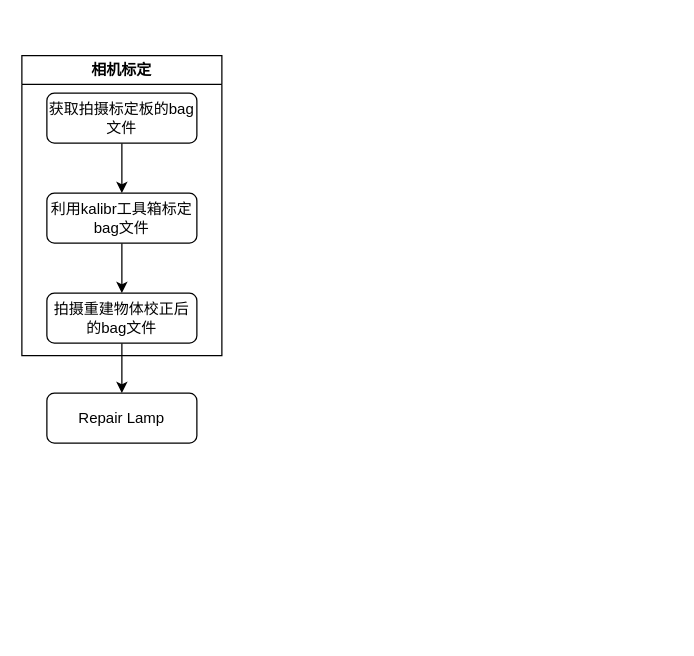
Above: orb3dgaussian.drawio in 731875679/figures (draw.io), before the change. Source tidied: cells renumbered, new cells numbered last; positions are measured from the earlier drawing's top-left corner, leaving out a move shared by most shapes. Both pictures are drawn from the tidied source at 125%, with x=0, y=0 at pixel (21, 55).
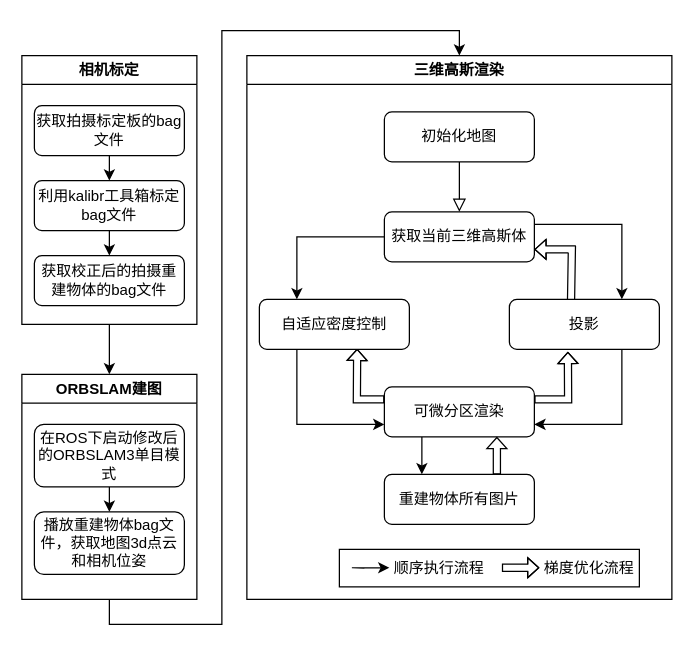
The same page after the edit.

What changed in the source:
```diff
@@
+    <mxCell id="10" style="edgeStyle=orthogonalEdgeStyle;rounded=0;jettySize=auto;html=1;exitX=0.5;exitY=1;exitDx=0;exitDy=0;entryX=0.5;entryY=0;entryDx=0;entryDy=0;" parent="1" edge="1" source="9" target="12">
+      <mxGeometry relative="1" as="geometry" />
+    </mxCell>
+    <mxCell id="9" value="相机标定" style="swimlane;whiteSpace=wrap;html=1;" parent="1" vertex="1">
+      <mxGeometry width="140" height="215" as="geometry" />
+    </mxCell>
+    <mxCell id="8" value="获取校正后的拍摄重建物体的bag文件" style="rounded=1;whiteSpace=wrap;html=1;fontSize=12;glass=0;strokeWidth=1;shadow=0;" parent="9" vertex="1">
+      <mxGeometry x="10" y="160" width="120" height="40" as="geometry" />
+    </mxCell>
+    <mxCell id="5" value="利用kalibr工具箱标定bag文件" style="rounded=1;whiteSpace=wrap;html=1;fontSize=12;glass=0;strokeWidth=1;shadow=0;" parent="9" vertex="1">
+      <mxGeometry x="10" y="100" width="120" height="40" as="geometry" />
+    </mxCell>
+    <mxCell id="4" style="edgeStyle=orthogonalEdgeStyle;rounded=0;jettySize=auto;html=1;exitX=0.5;exitY=1;exitDx=0;exitDy=0;entryX=0.5;entryY=0;entryDx=0;entryDy=0;" parent="9" edge="1" source="5" target="8">
+      <mxGeometry relative="1" as="geometry" />
+    </mxCell>
+    <mxCell id="3" value="获取拍摄标定板的bag文件" style="rounded=1;whiteSpace=wrap;html=1;fontSize=12;glass=0;strokeWidth=1;shadow=0;" parent="9" vertex="1">
+      <mxGeometry x="10" y="40" width="120" height="40" as="geometry" />
+    </mxCell>
-    <mxCell id="2" style="edgeStyle=orthogonalEdgeStyle;rounded=0;jettySize=auto;html=1;exitX=0.5;exitY=1;exitDx=0;exitDy=0;entryX=0.5;entryY=0;entryDx=0;entryDy=0;" parent="1" edge="1" source="3" target="5">
+    <mxCell id="2" style="edgeStyle=orthogonalEdgeStyle;rounded=0;jettySize=auto;html=1;exitX=0.5;exitY=1;exitDx=0;exitDy=0;entryX=0.5;entryY=0;entryDx=0;entryDy=0;" parent="9" edge="1" source="3" target="5">
       <mxGeometry relative="1" as="geometry" />
     </mxCell>
-    <mxCell id="3" value="获取拍摄标定板的bag文件" style="rounded=1;whiteSpace=wrap;html=1;fontSize=12;glass=0;strokeWidth=1;shadow=0;" parent="1" vertex="1">
-      <mxGeometry x="20" y="30" width="120" height="40" as="geometry" />
-    </mxCell>
-    <mxCell id="4" style="edgeStyle=orthogonalEdgeStyle;rounded=0;jettySize=auto;html=1;exitX=0.5;exitY=1;exitDx=0;exitDy=0;entryX=0.5;entryY=0;entryDx=0;entryDy=0;" parent="1" edge="1" source="5" target="8">
-      <mxGeometry relative="1" as="geometry" />
-    </mxCell>
-    <mxCell id="5" value="利用kalibr工具箱标定bag文件" style="rounded=1;whiteSpace=wrap;html=1;fontSize=12;glass=0;strokeWidth=1;shadow=0;" parent="1" vertex="1">
-      <mxGeometry x="20" y="110" width="120" height="40" as="geometry" />
-    </mxCell>
+    <mxCell id="11" style="edgeStyle=orthogonalEdgeStyle;rounded=0;jettySize=auto;html=1;exitX=0.5;exitY=1;exitDx=0;exitDy=0;entryX=0.5;entryY=0;entryDx=0;entryDy=0;" parent="1" edge="1" source="12" target="30">
+      <mxGeometry relative="1" as="geometry" />
+    </mxCell>
+    <mxCell id="12" value="ORBSLAM建图" style="swimlane;whiteSpace=wrap;html=1;" parent="1" vertex="1">
+      <mxGeometry y="255" width="140" height="180" as="geometry" />
+    </mxCell>
+    <mxCell id="13" style="edgeStyle=orthogonalEdgeStyle;rounded=0;jettySize=auto;html=1;exitX=0.5;exitY=1;exitDx=0;exitDy=0;entryX=0.5;entryY=0;entryDx=0;entryDy=0;" parent="12" edge="1" source="6" target="14">
+      <mxGeometry relative="1" as="geometry" />
+    </mxCell>
-    <mxCell id="6" value="Repair Lamp" style="rounded=1;whiteSpace=wrap;html=1;fontSize=12;glass=0;strokeWidth=1;shadow=0;" parent="1" vertex="1">
-      <mxGeometry x="20" y="270" width="120" height="40" as="geometry" />
+    <mxCell id="6" value="在ROS下启动修改后的ORBSLAM3单目模式" style="rounded=1;whiteSpace=wrap;html=1;fontSize=12;glass=0;strokeWidth=1;shadow=0;" parent="12" vertex="1">
+      <mxGeometry x="10" y="40" width="120" height="50" as="geometry" />
     </mxCell>
-    <mxCell id="7" style="edgeStyle=orthogonalEdgeStyle;rounded=0;jettySize=auto;html=1;exitX=0.5;exitY=1;exitDx=0;exitDy=0;entryX=0.5;entryY=0;entryDx=0;entryDy=0;" parent="1" edge="1" source="8" target="6">
-      <mxGeometry relative="1" as="geometry" />
-    </mxCell>
-    <mxCell id="8" value="拍摄重建物体校正后的bag文件" style="rounded=1;whiteSpace=wrap;html=1;fontSize=12;glass=0;strokeWidth=1;shadow=0;" parent="1" vertex="1">
-      <mxGeometry x="20" y="190" width="120" height="40" as="geometry" />
-    </mxCell>
-    <mxCell id="9" value="相机标定" style="swimlane;whiteSpace=wrap;html=1;" parent="1" vertex="1">
-      <mxGeometry width="160" height="240" as="geometry" />
-    </mxCell>
+    <mxCell id="14" value="播放重建物体bag文件，获取地图3d点云和相机位姿" style="rounded=1;whiteSpace=wrap;html=1;fontSize=12;glass=0;strokeWidth=1;shadow=0;" parent="12" vertex="1">
+      <mxGeometry x="10" y="110" width="120" height="50" as="geometry" />
+    </mxCell>
+    <mxCell id="15" style="group;" parent="1" vertex="1">
+      <mxGeometry x="180" width="340" height="435" as="geometry" />
+    </mxCell>
+    <mxCell id="16" value="初始化地图" style="rounded=1;whiteSpace=wrap;html=1;fontSize=12;glass=0;strokeWidth=1;shadow=0;" parent="15" vertex="1">
+      <mxGeometry x="110" y="45" width="120" height="40" as="geometry" />
+    </mxCell>
+    <mxCell id="17" style="edgeStyle=orthogonalEdgeStyle;rounded=0;jettySize=auto;html=1;exitX=1;exitY=0.25;exitDx=0;exitDy=0;entryX=0.75;entryY=0;entryDx=0;entryDy=0;" parent="15" edge="1" source="19" target="31">
+      <mxGeometry relative="1" as="geometry" />
+    </mxCell>
+    <mxCell id="18" style="edgeStyle=orthogonalEdgeStyle;rounded=0;jettySize=auto;html=1;exitX=0;exitY=0.5;exitDx=0;exitDy=0;entryX=0.25;entryY=0;entryDx=0;entryDy=0;" parent="15" edge="1" source="19" target="32">
+      <mxGeometry relative="1" as="geometry" />
+    </mxCell>
+    <mxCell id="19" value="获取当前三维高斯体" style="rounded=1;whiteSpace=wrap;html=1;fontSize=12;glass=0;strokeWidth=1;shadow=0;" parent="15" vertex="1">
+      <mxGeometry x="110" y="125" width="120" height="40" as="geometry" />
+    </mxCell>
+    <mxCell id="20" style="rounded=0;html=1;jettySize=auto;fontSize=11;endArrow=block;endFill=0;endSize=8;strokeWidth=1;shadow=0;labelBackgroundColor=none;edgeStyle=orthogonalEdgeStyle;entryX=0.5;entryY=0;entryDx=0;entryDy=0;exitX=0.5;exitY=1;exitDx=0;exitDy=0;" parent="15" edge="1" source="16" target="19">
+      <mxGeometry relative="1" as="geometry" />
+    </mxCell>
+    <mxCell id="21" style="edgeStyle=orthogonalEdgeStyle;rounded=0;jettySize=auto;html=1;exitX=0.25;exitY=1;exitDx=0;exitDy=0;entryX=0;entryY=0.75;entryDx=0;entryDy=0;" parent="15" edge="1" source="32" target="24">
+      <mxGeometry relative="1" as="geometry" />
+    </mxCell>
+    <mxCell id="22" style="edgeStyle=orthogonalEdgeStyle;rounded=0;jettySize=auto;html=1;exitX=0.75;exitY=1;exitDx=0;exitDy=0;entryX=1;entryY=0.75;entryDx=0;entryDy=0;" parent="15" edge="1" source="31" target="24">
+      <mxGeometry relative="1" as="geometry" />
+    </mxCell>
+    <mxCell id="23" style="edgeStyle=orthogonalEdgeStyle;rounded=0;jettySize=auto;html=1;exitX=0.25;exitY=1;exitDx=0;exitDy=0;entryX=0.25;entryY=0;entryDx=0;entryDy=0;" parent="15" edge="1" source="24" target="25">
+      <mxGeometry relative="1" as="geometry" />
+    </mxCell>
+    <mxCell id="24" value="可微分区渲染" style="rounded=1;whiteSpace=wrap;html=1;fontSize=12;glass=0;strokeWidth=1;shadow=0;" parent="15" vertex="1">
+      <mxGeometry x="110" y="265" width="120" height="40" as="geometry" />
+    </mxCell>
+    <mxCell id="25" value="重建物体所有图片" style="rounded=1;whiteSpace=wrap;html=1;fontSize=12;glass=0;strokeWidth=1;shadow=0;" parent="15" vertex="1">
+      <mxGeometry x="110" y="335" width="120" height="40" as="geometry" />
+    </mxCell>
+    <mxCell id="26" style="shape=flexArrow;endArrow=classic;html=1;rounded=0;exitX=0.75;exitY=0;exitDx=0;exitDy=0;endWidth=9.306122448979592;endSize=2.617142857142857;width=5.714285714285714;entryX=0.75;entryY=1;entryDx=0;entryDy=0;" parent="15" edge="1" source="25" target="24">
+      <mxGeometry relative="1" as="geometry" />
+    </mxCell>
+    <mxCell id="27" style="shape=flexArrow;endArrow=classic;html=1;rounded=0;exitX=1;exitY=0.25;exitDx=0;exitDy=0;endWidth=9.306122448979592;endSize=2.617142857142857;width=5.714285714285714;entryX=0.39;entryY=1.049;entryDx=0;entryDy=0;entryPerimeter=0;" parent="15" edge="1" source="24" target="31">
+      <mxGeometry relative="1" as="geometry">
+        <Array as="points">
+          <mxPoint x="257" y="275" />
+        </Array>
+      </mxGeometry>
+    </mxCell>
+    <mxCell id="28" style="shape=flexArrow;endArrow=classic;html=1;rounded=0;exitX=0;exitY=0.25;exitDx=0;exitDy=0;endWidth=9.306122448979592;endSize=2.617142857142857;width=5.714285714285714;entryX=0.652;entryY=0.989;entryDx=0;entryDy=0;entryPerimeter=0;" parent="15" edge="1" source="24" target="32">
+      <mxGeometry relative="1" as="geometry">
+        <Array as="points">
+          <mxPoint x="88" y="275" />
+        </Array>
+      </mxGeometry>
+    </mxCell>
+    <mxCell id="29" style="shape=flexArrow;endArrow=classic;html=1;rounded=0;exitX=0.411;exitY=0.041;exitDx=0;exitDy=0;endWidth=9.306122448979592;endSize=2.617142857142857;width=5.714285714285714;entryX=1;entryY=0.75;entryDx=0;entryDy=0;exitPerimeter=0;" parent="15" edge="1" source="31" target="19">
+      <mxGeometry relative="1" as="geometry">
+        <Array as="points">
+          <mxPoint x="260" y="155" />
+        </Array>
+      </mxGeometry>
+    </mxCell>
+    <mxCell id="30" value="三维高斯渲染" style="swimlane;whiteSpace=wrap;html=1;" parent="15" vertex="1">
+      <mxGeometry width="340" height="435" as="geometry" />
+    </mxCell>
+    <mxCell id="31" value="投影" style="rounded=1;whiteSpace=wrap;html=1;fontSize=12;glass=0;strokeWidth=1;shadow=0;" parent="30" vertex="1">
+      <mxGeometry x="210" y="195" width="120" height="40" as="geometry" />
+    </mxCell>
+    <mxCell id="32" value="自适应密度控制" style="rounded=1;whiteSpace=wrap;html=1;fontSize=12;glass=0;strokeWidth=1;shadow=0;" parent="30" vertex="1">
+      <mxGeometry x="10" y="195" width="120" height="40" as="geometry" />
+    </mxCell>
+    <mxCell id="33" style="group;" parent="30" vertex="1">
+      <mxGeometry x="74" y="395" width="240" height="30" as="geometry" />
+    </mxCell>
+    <mxCell id="34" style="rounded=0;whiteSpace=wrap;html=1;" parent="33" vertex="1">
+      <mxGeometry width="240" height="30" as="geometry" />
+    </mxCell>
+    <mxCell id="35" style="endArrow=classic;html=1;rounded=0;" parent="33" edge="1">
+      <mxGeometry relative="1" as="geometry">
+        <mxPoint x="20" y="15" as="sourcePoint" />
+        <mxPoint x="40" y="14.7" as="targetPoint" />
+        <Array as="points">
+          <mxPoint x="20" y="14.7" />
+          <mxPoint x="10" y="14.7" />
+        </Array>
+      </mxGeometry>
+    </mxCell>
+    <mxCell id="36" value="顺序执行流程" style="text;html=1;align=center;verticalAlign=middle;whiteSpace=wrap;rounded=0;" parent="33" vertex="1">
+      <mxGeometry x="40" width="80" height="30" as="geometry" />
+    </mxCell>
+    <mxCell id="37" style="shape=flexArrow;endArrow=classic;html=1;rounded=0;endWidth=9.306122448979592;endSize=2.617142857142857;width=5.714285714285714;entryX=0.75;entryY=1;entryDx=0;entryDy=0;" parent="33" edge="1">
+      <mxGeometry relative="1" as="geometry">
+        <mxPoint x="130" y="14.7" as="sourcePoint" />
+        <mxPoint x="160" y="14.7" as="targetPoint" />
+        <Array as="points">
+          <mxPoint x="130" y="14.7" />
+          <mxPoint x="150" y="14.7" />
+        </Array>
+      </mxGeometry>
+    </mxCell>
+    <mxCell id="38" value="梯度优化流程" style="text;html=1;align=center;verticalAlign=middle;whiteSpace=wrap;rounded=0;" parent="33" vertex="1">
+      <mxGeometry x="160" width="80" height="30" as="geometry" />
+    </mxCell>
```
